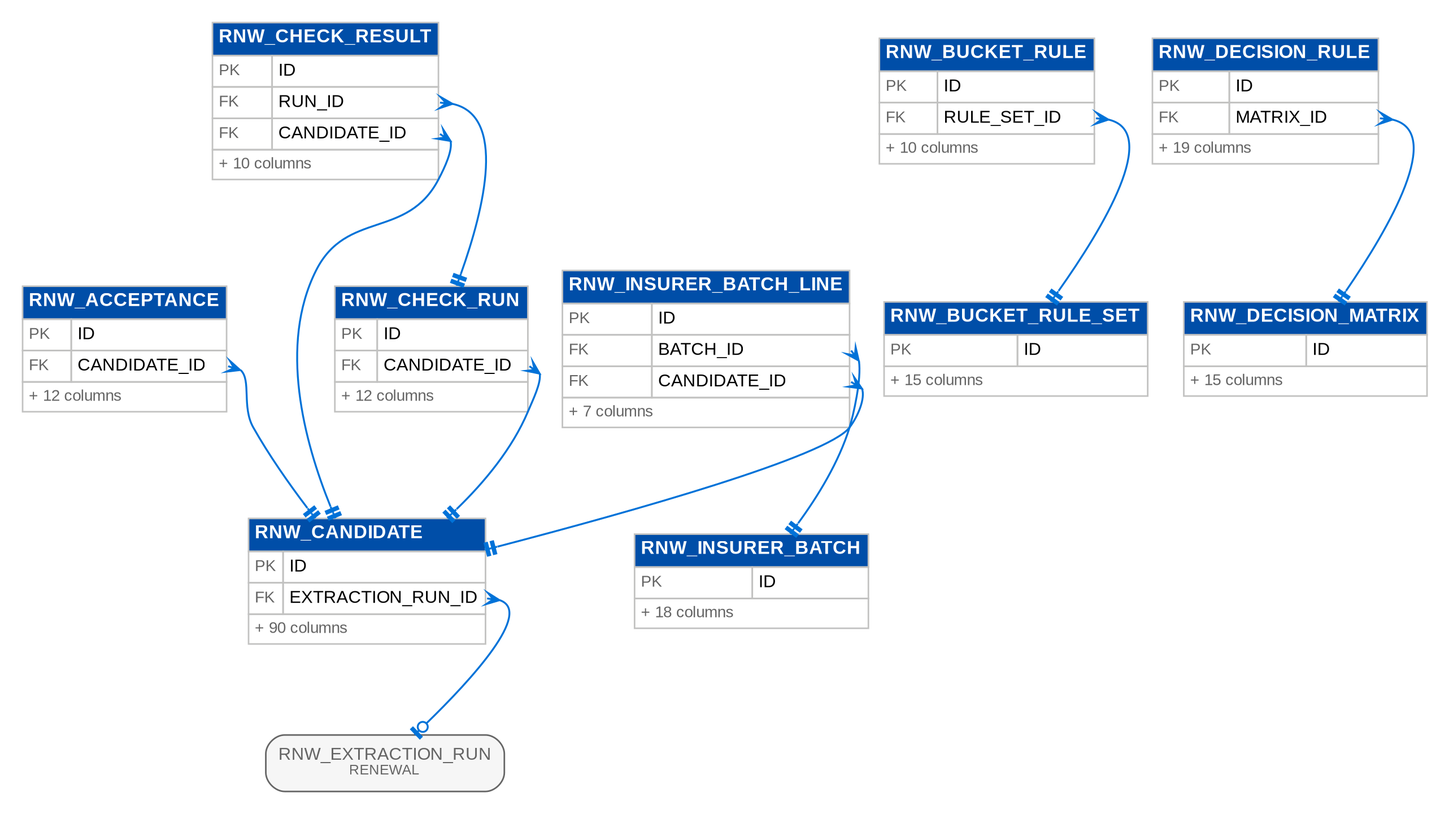
This is docs/deliverables/src/programme/security_data/figures/erd/d11_renewal_1.png from IortaTexhNXT-DEV/FinVerse, a Graphviz export, as it was before one commit. Its source is kept beside it as docs/deliverables/src/programme/security_data/figures/erd/d11_renewal_1.dot.
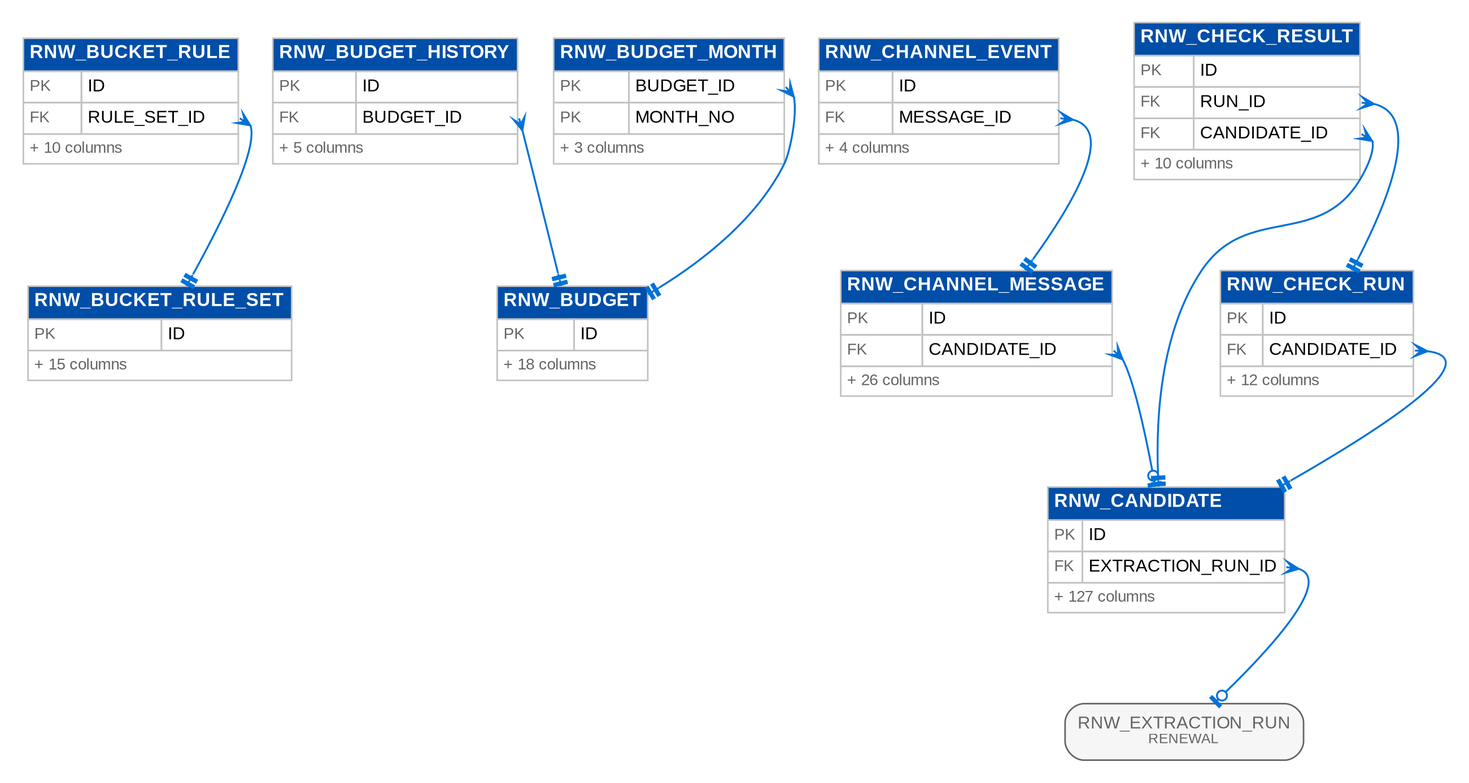
After the change.

What changed in the source:
```diff
@@ -2,24 +2,24 @@
   graph [rankdir=TB, fontname="Arial", nodesep=0.3, ranksep=0.8, pad=0.2, bgcolor="white"];
   node [shape=plain, fontname="Arial"];
   edge [color="@CTA_BLUE", arrowsize=0.8, penwidth=1.2, dir=both];
-  "rnw_acceptance" [label=<<table border="0" cellborder="1" cellspacing="0" cellpadding="3" color="@BORDER"><tr><td bgcolor="@HEADER_BLUE" align="left" colspan="2"><font color="@WHITE" point-size="12"><b>RNW_ACCEPTANCE</b></font></td></tr><tr><td align="left"><font point-size="10" color="@MUTED">PK</font></td><td align="left" port="id"><font point-size="11">ID</font></td></tr><tr><td align="left"><font point-size="10" color="@MUTED">FK</font></td><td align="left" port="candidate_id"><font point-size="11">CANDIDATE_ID</font></td></tr><tr><td colspan="2" align="left"><font point-size="10" color="@MUTED">+ 12 columns</font></td></tr></table>>];
   "rnw_bucket_rule" [label=<<table border="0" cellborder="1" cellspacing="0" cellpadding="3" color="@BORDER"><tr><td bgcolor="@HEADER_BLUE" align="left" colspan="2"><font color="@WHITE" point-size="12"><b>RNW_BUCKET_RULE</b></font></td></tr><tr><td align="left"><font point-size="10" color="@MUTED">PK</font></td><td align="left" port="id"><font point-size="11">ID</font></td></tr><tr><td align="left"><font point-size="10" color="@MUTED">FK</font></td><td align="left" port="rule_set_id"><font point-size="11">RULE_SET_ID</font></td></tr><tr><td colspan="2" align="left"><font point-size="10" color="@MUTED">+ 10 columns</font></td></tr></table>>];
   "rnw_bucket_rule_set" [label=<<table border="0" cellborder="1" cellspacing="0" cellpadding="3" color="@BORDER"><tr><td bgcolor="@HEADER_BLUE" align="left" colspan="2"><font color="@WHITE" point-size="12"><b>RNW_BUCKET_RULE_SET</b></font></td></tr><tr><td align="left"><font point-size="10" color="@MUTED">PK</font></td><td align="left" port="id"><font point-size="11">ID</font></td></tr><tr><td colspan="2" align="left"><font point-size="10" color="@MUTED">+ 15 columns</font></td></tr></table>>];
-  "rnw_candidate" [label=<<table border="0" cellborder="1" cellspacing="0" cellpadding="3" color="@BORDER"><tr><td bgcolor="@HEADER_BLUE" align="left" colspan="2"><font color="@WHITE" point-size="12"><b>RNW_CANDIDATE</b></font></td></tr><tr><td align="left"><font point-size="10" color="@MUTED">PK</font></td><td align="left" port="id"><font point-size="11">ID</font></td></tr><tr><td align="left"><font point-size="10" color="@MUTED">FK</font></td><td align="left" port="extraction_run_id"><font point-size="11">EXTRACTION_RUN_ID</font></td></tr><tr><td colspan="2" align="left"><font point-size="10" color="@MUTED">+ 90 columns</font></td></tr></table>>];
+  "rnw_budget" [label=<<table border="0" cellborder="1" cellspacing="0" cellpadding="3" color="@BORDER"><tr><td bgcolor="@HEADER_BLUE" align="left" colspan="2"><font color="@WHITE" point-size="12"><b>RNW_BUDGET</b></font></td></tr><tr><td align="left"><font point-size="10" color="@MUTED">PK</font></td><td align="left" port="id"><font point-size="11">ID</font></td></tr><tr><td colspan="2" align="left"><font point-size="10" color="@MUTED">+ 18 columns</font></td></tr></table>>];
+  "rnw_budget_history" [label=<<table border="0" cellborder="1" cellspacing="0" cellpadding="3" color="@BORDER"><tr><td bgcolor="@HEADER_BLUE" align="left" colspan="2"><font color="@WHITE" point-size="12"><b>RNW_BUDGET_HISTORY</b></font></td></tr><tr><td align="left"><font point-size="10" color="@MUTED">PK</font></td><td align="left" port="id"><font point-size="11">ID</font></td></tr><tr><td align="left"><font point-size="10" color="@MUTED">FK</font></td><td align="left" port="budget_id"><font point-size="11">BUDGET_ID</font></td></tr><tr><td colspan="2" align="left"><font point-size="10" color="@MUTED">+ 5 columns</font></td></tr></table>>];
+  "rnw_budget_month" [label=<<table border="0" cellborder="1" cellspacing="0" cellpadding="3" color="@BORDER"><tr><td bgcolor="@HEADER_BLUE" align="left" colspan="2"><font color="@WHITE" point-size="12"><b>RNW_BUDGET_MONTH</b></font></td></tr><tr><td align="left"><font point-size="10" color="@MUTED">PK</font></td><td align="left" port="budget_id"><font point-size="11">BUDGET_ID</font></td></tr><tr><td align="left"><font point-size="10" color="@MUTED">PK</font></td><td align="left" port="month_no"><font point-size="11">MONTH_NO</font></td></tr><tr><td colspan="2" align="left"><font point-size="10" color="@MUTED">+ 3 columns</font></td></tr></table>>];
+  "rnw_candidate" [label=<<table border="0" cellborder="1" cellspacing="0" cellpadding="3" color="@BORDER"><tr><td bgcolor="@HEADER_BLUE" align="left" colspan="2"><font color="@WHITE" point-size="12"><b>RNW_CANDIDATE</b></font></td></tr><tr><td align="left"><font point-size="10" color="@MUTED">PK</font></td><td align="left" port="id"><font point-size="11">ID</font></td></tr><tr><td align="left"><font point-size="10" color="@MUTED">FK</font></td><td align="left" port="extraction_run_id"><font point-size="11">EXTRACTION_RUN_ID</font></td></tr><tr><td colspan="2" align="left"><font point-size="10" color="@MUTED">+ 127 columns</font></td></tr></table>>];
+  "rnw_channel_event" [label=<<table border="0" cellborder="1" cellspacing="0" cellpadding="3" color="@BORDER"><tr><td bgcolor="@HEADER_BLUE" align="left" colspan="2"><font color="@WHITE" point-size="12"><b>RNW_CHANNEL_EVENT</b></font></td></tr><tr><td align="left"><font point-size="10" color="@MUTED">PK</font></td><td align="left" port="id"><font point-size="11">ID</font></td></tr><tr><td align="left"><font point-size="10" color="@MUTED">FK</font></td><td align="left" port="message_id"><font point-size="11">MESSAGE_ID</font></td></tr><tr><td colspan="2" align="left"><font point-size="10" color="@MUTED">+ 4 columns</font></td></tr></table>>];
+  "rnw_channel_message" [label=<<table border="0" cellborder="1" cellspacing="0" cellpadding="3" color="@BORDER"><tr><td bgcolor="@HEADER_BLUE" align="left" colspan="2"><font color="@WHITE" point-size="12"><b>RNW_CHANNEL_MESSAGE</b></font></td></tr><tr><td align="left"><font point-size="10" color="@MUTED">PK</font></td><td align="left" port="id"><font point-size="11">ID</font></td></tr><tr><td align="left"><font point-size="10" color="@MUTED">FK</font></td><td align="left" port="candidate_id"><font point-size="11">CANDIDATE_ID</font></td></tr><tr><td colspan="2" align="left"><font point-size="10" color="@MUTED">+ 26 columns</font></td></tr></table>>];
   "rnw_check_result" [label=<<table border="0" cellborder="1" cellspacing="0" cellpadding="3" color="@BORDER"><tr><td bgcolor="@HEADER_BLUE" align="left" colspan="2"><font color="@WHITE" point-size="12"><b>RNW_CHECK_RESULT</b></font></td></tr><tr><td align="left"><font point-size="10" color="@MUTED">PK</font></td><td align="left" port="id"><font point-size="11">ID</font></td></tr><tr><td align="left"><font point-size="10" color="@MUTED">FK</font></td><td align="left" port="run_id"><font point-size="11">RUN_ID</font></td></tr><tr><td align="left"><font point-size="10" color="@MUTED">FK</font></td><td align="left" port="candidate_id"><font point-size="11">CANDIDATE_ID</font></td></tr><tr><td colspan="2" align="left"><font point-size="10" color="@MUTED">+ 10 columns</font></td></tr></table>>];
   "rnw_check_run" [label=<<table border="0" cellborder="1" cellspacing="0" cellpadding="3" color="@BORDER"><tr><td bgcolor="@HEADER_BLUE" align="left" colspan="2"><font color="@WHITE" point-size="12"><b>RNW_CHECK_RUN</b></font></td></tr><tr><td align="left"><font point-size="10" color="@MUTED">PK</font></td><td align="left" port="id"><font point-size="11">ID</font></td></tr><tr><td align="left"><font point-size="10" color="@MUTED">FK</font></td><td align="left" port="candidate_id"><font point-size="11">CANDIDATE_ID</font></td></tr><tr><td colspan="2" align="left"><font point-size="10" color="@MUTED">+ 12 columns</font></td></tr></table>>];
-  "rnw_decision_matrix" [label=<<table border="0" cellborder="1" cellspacing="0" cellpadding="3" color="@BORDER"><tr><td bgcolor="@HEADER_BLUE" align="left" colspan="2"><font color="@WHITE" point-size="12"><b>RNW_DECISION_MATRIX</b></font></td></tr><tr><td align="left"><font point-size="10" color="@MUTED">PK</font></td><td align="left" port="id"><font point-size="11">ID</font></td></tr><tr><td colspan="2" align="left"><font point-size="10" color="@MUTED">+ 15 columns</font></td></tr></table>>];
-  "rnw_decision_rule" [label=<<table border="0" cellborder="1" cellspacing="0" cellpadding="3" color="@BORDER"><tr><td bgcolor="@HEADER_BLUE" align="left" colspan="2"><font color="@WHITE" point-size="12"><b>RNW_DECISION_RULE</b></font></td></tr><tr><td align="left"><font point-size="10" color="@MUTED">PK</font></td><td align="left" port="id"><font point-size="11">ID</font></td></tr><tr><td align="left"><font point-size="10" color="@MUTED">FK</font></td><td align="left" port="matrix_id"><font point-size="11">MATRIX_ID</font></td></tr><tr><td colspan="2" align="left"><font point-size="10" color="@MUTED">+ 19 columns</font></td></tr></table>>];
-  "rnw_insurer_batch" [label=<<table border="0" cellborder="1" cellspacing="0" cellpadding="3" color="@BORDER"><tr><td bgcolor="@HEADER_BLUE" align="left" colspan="2"><font color="@WHITE" point-size="12"><b>RNW_INSURER_BATCH</b></font></td></tr><tr><td align="left"><font point-size="10" color="@MUTED">PK</font></td><td align="left" port="id"><font point-size="11">ID</font></td></tr><tr><td colspan="2" align="left"><font point-size="10" color="@MUTED">+ 18 columns</font></td></tr></table>>];
-  "rnw_insurer_batch_line" [label=<<table border="0" cellborder="1" cellspacing="0" cellpadding="3" color="@BORDER"><tr><td bgcolor="@HEADER_BLUE" align="left" colspan="2"><font color="@WHITE" point-size="12"><b>RNW_INSURER_BATCH_LINE</b></font></td></tr><tr><td align="left"><font point-size="10" color="@MUTED">PK</font></td><td align="left" port="id"><font point-size="11">ID</font></td></tr><tr><td align="left"><font point-size="10" color="@MUTED">FK</font></td><td align="left" port="batch_id"><font point-size="11">BATCH_ID</font></td></tr><tr><td align="left"><font point-size="10" color="@MUTED">FK</font></td><td align="left" port="candidate_id"><font point-size="11">CANDIDATE_ID</font></td></tr><tr><td colspan="2" align="left"><font point-size="10" color="@MUTED">+ 7 columns</font></td></tr></table>>];
   "rnw_extraction_run" [shape=box, style="rounded,filled", fillcolor="@DIRTY_WHITE", color="@MUTED", fontsize=11, label=<<font color="@MUTED">RNW_EXTRACTION_RUN<br/><font point-size="9">RENEWAL</font></font>>];
-  "rnw_acceptance":"candidate_id" -> "rnw_candidate" [arrowtail=crow, arrowhead=teetee];
   "rnw_bucket_rule":"rule_set_id" -> "rnw_bucket_rule_set" [arrowtail=crow, arrowhead=teetee];
+  "rnw_budget_history":"budget_id" -> "rnw_budget" [arrowtail=crow, arrowhead=teetee];
+  "rnw_budget_month":"budget_id" -> "rnw_budget" [arrowtail=crow, arrowhead=teetee];
   "rnw_candidate":"extraction_run_id" -> "rnw_extraction_run" [arrowtail=crow, arrowhead=teeodot];
+  "rnw_channel_event":"message_id" -> "rnw_channel_message" [arrowtail=crow, arrowhead=teetee];
+  "rnw_channel_message":"candidate_id" -> "rnw_candidate" [arrowtail=crow, arrowhead=teeodot];
   "rnw_check_result":"candidate_id" -> "rnw_candidate" [arrowtail=crow, arrowhead=teetee];
   "rnw_check_result":"run_id" -> "rnw_check_run" [arrowtail=crow, arrowhead=teetee];
   "rnw_check_run":"candidate_id" -> "rnw_candidate" [arrowtail=crow, arrowhead=teetee];
-  "rnw_decision_rule":"matrix_id" -> "rnw_decision_matrix" [arrowtail=crow, arrowhead=teetee];
-  "rnw_insurer_batch_line":"batch_id" -> "rnw_insurer_batch" [arrowtail=crow, arrowhead=teetee];
-  "rnw_insurer_batch_line":"candidate_id" -> "rnw_candidate" [arrowtail=crow, arrowhead=teetee];
 }
```
